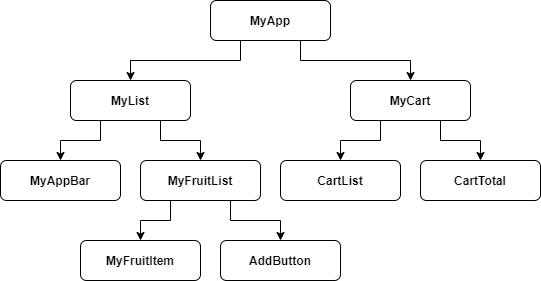
Above: assets/images/widget_tree.png in DevDaisy-lab/provider_fruits (draw.io), before the change. Source tidied: cells renumbered, new cells last; positions are measured from the earlier drawing's top-left corner, leaving out a move shared by most shapes.
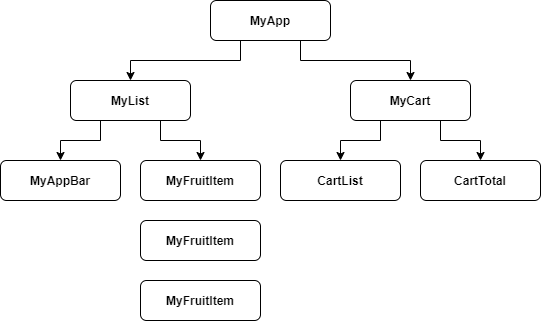
After the change.

The edit, as a diff of the source:
```diff
@@ -14,8 +14,10 @@
     <mxCell id="5" style="edgeStyle=orthogonalEdgeStyle;rounded=0;jettySize=auto;html=1;exitX=0.25;exitY=1;exitDx=0;exitDy=0;entryX=0.5;entryY=0;entryDx=0;entryDy=0;" parent="1" edge="1" source="7" target="11">
       <mxGeometry relative="1" as="geometry" />
     </mxCell>
-    <mxCell id="6" style="edgeStyle=orthogonalEdgeStyle;rounded=0;jettySize=auto;html=1;exitX=0.75;exitY=1;exitDx=0;exitDy=0;entryX=0.5;entryY=0;entryDx=0;entryDy=0;" parent="1" edge="1" source="7" target="14">
-      <mxGeometry relative="1" as="geometry" />
+    <mxCell id="6" style="edgeStyle=orthogonalEdgeStyle;rounded=0;jettySize=auto;html=1;exitX=0.75;exitY=1;exitDx=0;exitDy=0;entryX=0.5;entryY=0;entryDx=0;entryDy=0;" parent="1" edge="1" source="7">
+      <mxGeometry relative="1" as="geometry">
+        <mxPoint x="200" y="160" as="targetPoint" />
+      </mxGeometry>
     </mxCell>
     <mxCell id="7" value="&lt;b&gt;MyList&lt;/b&gt;" style="rounded=1;whiteSpace=wrap;html=1;" parent="1" vertex="1">
       <mxGeometry x="70" y="80" width="120" height="40" as="geometry" />
@@ -32,26 +34,20 @@
     <mxCell id="11" value="&lt;b&gt;MyAppBar&lt;/b&gt;" style="rounded=1;whiteSpace=wrap;html=1;" parent="1" vertex="1">
       <mxGeometry y="160" width="120" height="40" as="geometry" />
     </mxCell>
-    <mxCell id="12" style="edgeStyle=orthogonalEdgeStyle;rounded=0;jettySize=auto;html=1;exitX=0.75;exitY=1;exitDx=0;exitDy=0;entryX=0.5;entryY=0;entryDx=0;entryDy=0;" parent="1" edge="1" source="14" target="16">
-      <mxGeometry relative="1" as="geometry" />
-    </mxCell>
-    <mxCell id="13" style="edgeStyle=orthogonalEdgeStyle;rounded=0;jettySize=auto;html=1;exitX=0.25;exitY=1;exitDx=0;exitDy=0;entryX=0.5;entryY=0;entryDx=0;entryDy=0;" parent="1" edge="1" source="14" target="15">
-      <mxGeometry relative="1" as="geometry" />
-    </mxCell>
-    <mxCell id="14" value="&lt;b&gt;MyFruitList&lt;/b&gt;" style="rounded=1;whiteSpace=wrap;html=1;" parent="1" vertex="1">
-      <mxGeometry x="140" y="160" width="120" height="40" as="geometry" />
-    </mxCell>
     <mxCell id="15" value="&lt;b&gt;MyFruitItem&lt;/b&gt;" style="rounded=1;whiteSpace=wrap;html=1;" parent="1" vertex="1">
-      <mxGeometry x="80" y="240" width="120" height="40" as="geometry" />
+      <mxGeometry x="140" y="220" width="120" height="40" as="geometry" />
     </mxCell>
-    <mxCell id="16" value="&lt;b&gt;AddButton&lt;/b&gt;" style="rounded=1;whiteSpace=wrap;html=1;" parent="1" vertex="1">
-      <mxGeometry x="220" y="240" width="120" height="40" as="geometry" />
-    </mxCell>
     <mxCell id="17" value="&lt;b&gt;CartList&lt;/b&gt;" style="rounded=1;whiteSpace=wrap;html=1;" parent="1" vertex="1">
       <mxGeometry x="280" y="160" width="120" height="40" as="geometry" />
     </mxCell>
     <mxCell id="18" value="&lt;b&gt;CartTotal&lt;/b&gt;" style="rounded=1;whiteSpace=wrap;html=1;" parent="1" vertex="1">
       <mxGeometry x="420" y="160" width="120" height="40" as="geometry" />
     </mxCell>
+    <mxCell id="19" value="&lt;b&gt;MyFruitItem&lt;/b&gt;" style="rounded=1;whiteSpace=wrap;html=1;" parent="1" vertex="1">
+      <mxGeometry x="140" y="160" width="120" height="40" as="geometry" />
+    </mxCell>
+    <mxCell id="20" value="&lt;b&gt;MyFruitItem&lt;/b&gt;" style="rounded=1;whiteSpace=wrap;html=1;" parent="1" vertex="1">
+      <mxGeometry x="140" y="280" width="120" height="40" as="geometry" />
+    </mxCell>
   </root>
 </mxGraphModel>
```
